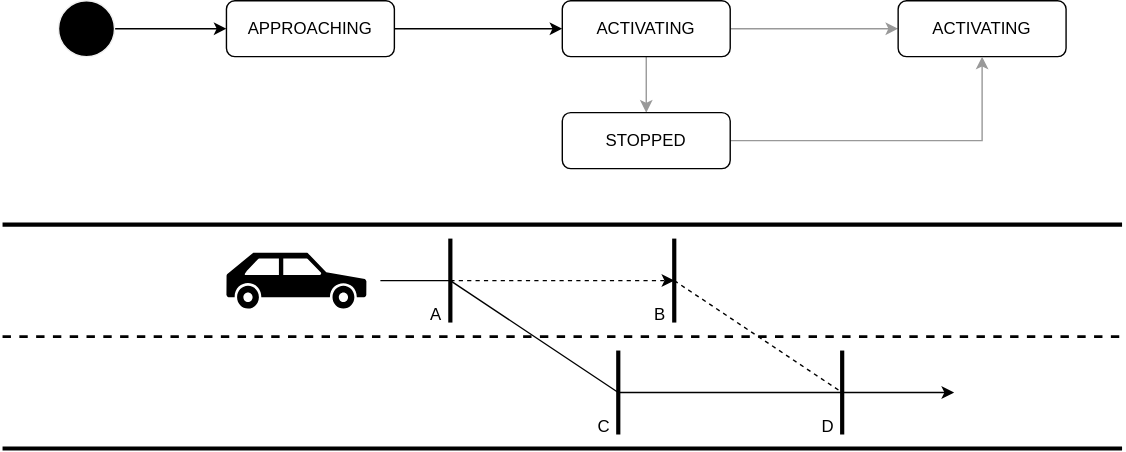
autowarefoundation/autoware-documentation keeps this draw.io diagram as docs/design/autoware-interfaces/ad-api/list/api/planning/docs/factors-lane-change.drawio.svg. Above is the earlier version. Source tidied: cells renumbered, new cells last; positions are measured from the earlier drawing's top-left corner, leaving out a move shared by most shapes.
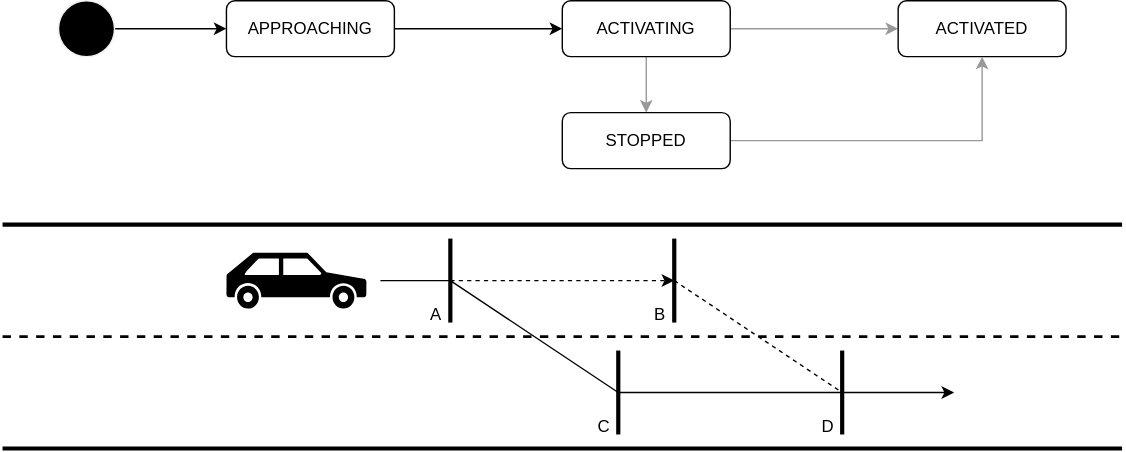
Later version of the same file.

Commit message:
docs(ad-api): fix the diagram of lane change factor

Diff of the diagram source:
```diff
@@ -98,7 +98,7 @@
         <mxPoint x="600" y="280" as="targetPoint" />
       </mxGeometry>
     </mxCell>
-    <mxCell id="22" value="ACTIVATING" style="rounded=1;whiteSpace=wrap;html=1;" parent="1" vertex="1">
+    <mxCell id="22" value="ACTIVATED" style="rounded=1;whiteSpace=wrap;html=1;" parent="1" vertex="1">
       <mxGeometry x="640" width="120" height="40" as="geometry" />
     </mxCell>
     <mxCell id="23" style="edgeStyle=orthogonalEdgeStyle;html=1;endArrow=classic;endFill=1;strokeColor=#999999;rounded=0;" parent="1" edge="1" source="24" target="22">
```
